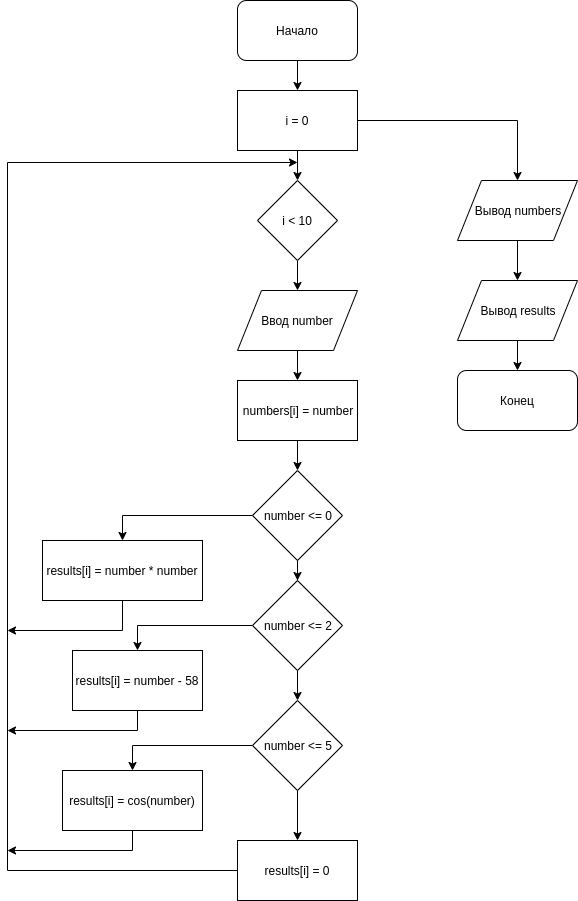
Above: lab_4/2/flowchart.png in Sonny812/cpp_labs (draw.io), before the change. Source tidied: cells renumbered, new cells last; positions are measured from the earlier drawing's top-left corner, leaving out a move shared by most shapes. Its diagram source:
```xml
<mxGraphModel>
  <root>
    <mxCell id="0" />
    <mxCell id="1" parent="0" />
    <mxCell id="2" style="edgeStyle=orthogonalEdgeStyle;rounded=0;jettySize=auto;html=1;" parent="1" edge="1" source="3">
      <mxGeometry relative="1" as="geometry">
        <mxPoint x="290" y="90" as="targetPoint" />
      </mxGeometry>
    </mxCell>
    <mxCell id="3" value="Начало" style="rounded=1;whiteSpace=wrap;html=1;" parent="1" vertex="1">
      <mxGeometry x="230" width="120" height="60" as="geometry" />
    </mxCell>
    <mxCell id="4" style="edgeStyle=orthogonalEdgeStyle;rounded=0;jettySize=auto;html=1;entryX=0.5;entryY=0;entryDx=0;entryDy=0;" parent="1" edge="1" source="5" target="10">
      <mxGeometry relative="1" as="geometry" />
    </mxCell>
    <mxCell id="5" value="i &amp;lt; 10" style="rhombus;whiteSpace=wrap;html=1;" parent="1" vertex="1">
      <mxGeometry x="250" y="180" width="80" height="80" as="geometry" />
    </mxCell>
    <mxCell id="6" style="edgeStyle=orthogonalEdgeStyle;rounded=0;jettySize=auto;html=1;" parent="1" edge="1" source="8" target="5">
      <mxGeometry relative="1" as="geometry" />
    </mxCell>
    <mxCell id="7" style="edgeStyle=orthogonalEdgeStyle;rounded=0;jettySize=auto;html=1;entryX=0.5;entryY=0;entryDx=0;entryDy=0;" parent="1" edge="1" source="8">
      <mxGeometry relative="1" as="geometry">
        <mxPoint x="510" y="180" as="targetPoint" />
      </mxGeometry>
    </mxCell>
    <mxCell id="8" value="i = 0" style="rounded=0;whiteSpace=wrap;html=1;" parent="1" vertex="1">
      <mxGeometry x="230" y="90" width="120" height="60" as="geometry" />
    </mxCell>
    <mxCell id="9" style="edgeStyle=orthogonalEdgeStyle;rounded=0;jettySize=auto;html=1;" parent="1" edge="1" source="10" target="12">
      <mxGeometry relative="1" as="geometry" />
    </mxCell>
    <mxCell id="10" value="Ввод number" style="shape=parallelogram;perimeter=parallelogramPerimeter;whiteSpace=wrap;html=1;" parent="1" vertex="1">
      <mxGeometry x="230" y="290" width="120" height="60" as="geometry" />
    </mxCell>
    <mxCell id="11" style="edgeStyle=orthogonalEdgeStyle;rounded=0;jettySize=auto;html=1;" parent="1" edge="1" source="12" target="15">
      <mxGeometry relative="1" as="geometry" />
    </mxCell>
    <mxCell id="12" value="numbers[i] = number" style="rounded=0;whiteSpace=wrap;html=1;" parent="1" vertex="1">
      <mxGeometry x="230" y="380" width="120" height="60" as="geometry" />
    </mxCell>
    <mxCell id="13" style="edgeStyle=orthogonalEdgeStyle;rounded=0;jettySize=auto;html=1;entryX=0.5;entryY=0;entryDx=0;entryDy=0;" parent="1" edge="1" source="15" target="23">
      <mxGeometry relative="1" as="geometry" />
    </mxCell>
    <mxCell id="14" style="edgeStyle=orthogonalEdgeStyle;rounded=0;jettySize=auto;html=1;" parent="1" edge="1" source="15" target="18">
      <mxGeometry relative="1" as="geometry" />
    </mxCell>
    <mxCell id="15" value="number &amp;lt;= 0" style="rhombus;whiteSpace=wrap;html=1;" parent="1" vertex="1">
      <mxGeometry x="245" y="470" width="90" height="90" as="geometry" />
    </mxCell>
    <mxCell id="16" style="edgeStyle=orthogonalEdgeStyle;rounded=0;jettySize=auto;html=1;entryX=0.5;entryY=0;entryDx=0;entryDy=0;" parent="1" edge="1" source="18" target="25">
      <mxGeometry relative="1" as="geometry" />
    </mxCell>
    <mxCell id="17" style="edgeStyle=orthogonalEdgeStyle;rounded=0;jettySize=auto;html=1;" parent="1" edge="1" source="18" target="21">
      <mxGeometry relative="1" as="geometry" />
    </mxCell>
    <mxCell id="18" value="number &amp;lt;= 2" style="rhombus;whiteSpace=wrap;html=1;" parent="1" vertex="1">
      <mxGeometry x="245" y="580" width="90" height="90" as="geometry" />
    </mxCell>
    <mxCell id="19" style="edgeStyle=orthogonalEdgeStyle;rounded=0;jettySize=auto;html=1;entryX=0.5;entryY=0;entryDx=0;entryDy=0;" parent="1" edge="1" source="21" target="27">
      <mxGeometry relative="1" as="geometry" />
    </mxCell>
    <mxCell id="20" style="edgeStyle=orthogonalEdgeStyle;rounded=0;jettySize=auto;html=1;entryX=0.5;entryY=0;entryDx=0;entryDy=0;" parent="1" edge="1" source="21" target="29">
      <mxGeometry relative="1" as="geometry" />
    </mxCell>
    <mxCell id="21" value="number &amp;lt;= 5" style="rhombus;whiteSpace=wrap;html=1;" parent="1" vertex="1">
      <mxGeometry x="245" y="700" width="90" height="90" as="geometry" />
    </mxCell>
    <mxCell id="22" style="edgeStyle=orthogonalEdgeStyle;rounded=0;jettySize=auto;html=1;" parent="1" edge="1" source="23">
      <mxGeometry relative="1" as="geometry">
        <mxPoint y="630" as="targetPoint" />
        <Array as="points">
          <mxPoint x="115" y="630" />
          <mxPoint y="630" />
        </Array>
      </mxGeometry>
    </mxCell>
    <mxCell id="23" value="results[i] = number * number" style="rounded=0;whiteSpace=wrap;html=1;" parent="1" vertex="1">
      <mxGeometry x="35" y="540" width="160" height="60" as="geometry" />
    </mxCell>
    <mxCell id="24" style="edgeStyle=orthogonalEdgeStyle;rounded=0;jettySize=auto;html=1;" parent="1" edge="1" source="25">
      <mxGeometry relative="1" as="geometry">
        <mxPoint y="730" as="targetPoint" />
        <Array as="points">
          <mxPoint x="130" y="730" />
          <mxPoint y="730" />
        </Array>
      </mxGeometry>
    </mxCell>
    <mxCell id="25" value="results[i] = number - 58" style="rounded=0;whiteSpace=wrap;html=1;" parent="1" vertex="1">
      <mxGeometry x="65" y="650" width="130" height="60" as="geometry" />
    </mxCell>
    <mxCell id="26" style="edgeStyle=orthogonalEdgeStyle;rounded=0;jettySize=auto;html=1;" parent="1" edge="1" source="27">
      <mxGeometry relative="1" as="geometry">
        <mxPoint y="850" as="targetPoint" />
        <Array as="points">
          <mxPoint x="125" y="850" />
        </Array>
      </mxGeometry>
    </mxCell>
    <mxCell id="27" value="results[i] = cos(number)" style="rounded=0;whiteSpace=wrap;html=1;" parent="1" vertex="1">
      <mxGeometry x="55" y="770" width="140" height="60" as="geometry" />
    </mxCell>
    <mxCell id="28" style="edgeStyle=orthogonalEdgeStyle;rounded=0;jettySize=auto;html=1;" parent="1" edge="1" source="29">
      <mxGeometry relative="1" as="geometry">
        <mxPoint x="290" y="162" as="targetPoint" />
        <Array as="points">
          <mxPoint y="870" />
          <mxPoint y="162" />
        </Array>
      </mxGeometry>
    </mxCell>
    <mxCell id="29" value="results[i] = 0" style="rounded=0;whiteSpace=wrap;html=1;" parent="1" vertex="1">
      <mxGeometry x="230" y="840" width="120" height="60" as="geometry" />
    </mxCell>
    <mxCell id="30" style="edgeStyle=orthogonalEdgeStyle;rounded=0;jettySize=auto;html=1;" parent="1" edge="1" source="31" target="33">
      <mxGeometry relative="1" as="geometry" />
    </mxCell>
    <mxCell id="31" value="Вывод numbers" style="shape=parallelogram;perimeter=parallelogramPerimeter;whiteSpace=wrap;html=1;" parent="1" vertex="1">
      <mxGeometry x="450" y="180" width="120" height="60" as="geometry" />
    </mxCell>
    <mxCell id="32" style="edgeStyle=orthogonalEdgeStyle;rounded=0;jettySize=auto;html=1;" parent="1" edge="1" source="33" target="34">
      <mxGeometry relative="1" as="geometry" />
    </mxCell>
    <mxCell id="33" value="Вывод results" style="shape=parallelogram;perimeter=parallelogramPerimeter;whiteSpace=wrap;html=1;" parent="1" vertex="1">
      <mxGeometry x="450" y="280" width="120" height="60" as="geometry" />
    </mxCell>
    <mxCell id="34" value="Конец" style="rounded=1;whiteSpace=wrap;html=1;" parent="1" vertex="1">
      <mxGeometry x="450" y="370" width="120" height="60" as="geometry" />
    </mxCell>
  </root>
</mxGraphModel>
```
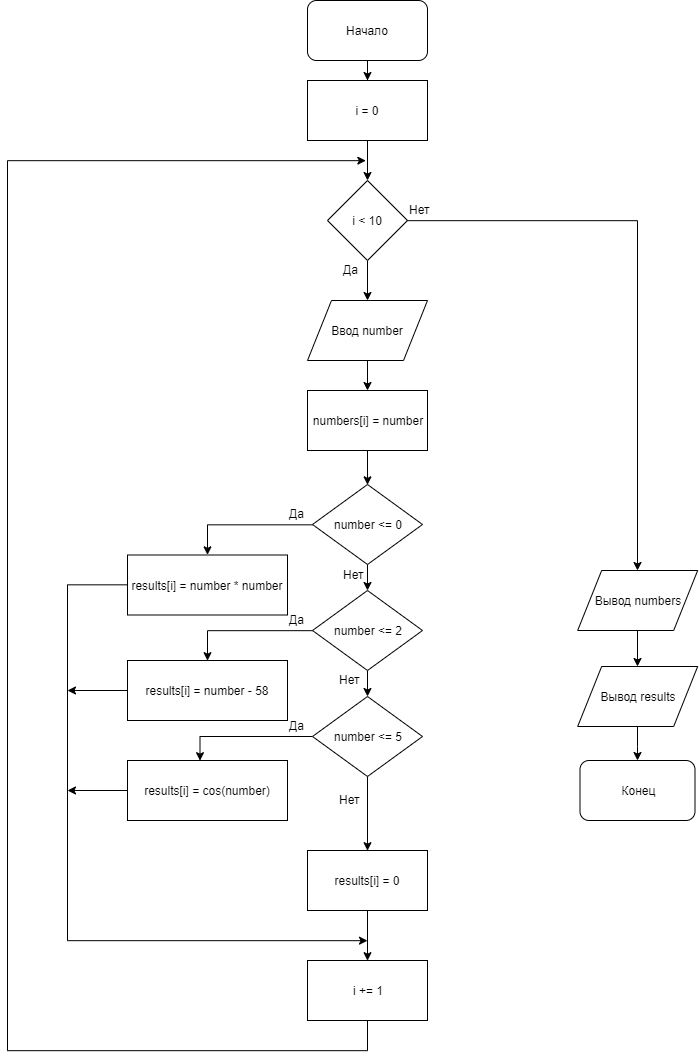
The same diagram one commit later.

Commit message:
Fix flowchart for lab 4.2

The edit, as a diff of the source:
```diff
@@ -2,131 +2,151 @@
   <root>
     <mxCell id="0" />
     <mxCell id="1" parent="0" />
-    <mxCell id="2" style="edgeStyle=orthogonalEdgeStyle;rounded=0;jettySize=auto;html=1;" parent="1" edge="1" source="3">
-      <mxGeometry relative="1" as="geometry">
-        <mxPoint x="290" y="90" as="targetPoint" />
-      </mxGeometry>
-    </mxCell>
+    <mxCell id="35" style="edgeStyle=orthogonalEdgeStyle;rounded=0;jettySize=auto;html=1;" parent="1" edge="1" source="3" target="8">
+      <mxGeometry relative="1" as="geometry" />
+    </mxCell>
     <mxCell id="3" value="Начало" style="rounded=1;whiteSpace=wrap;html=1;" parent="1" vertex="1">
-      <mxGeometry x="230" width="120" height="60" as="geometry" />
+      <mxGeometry x="270" y="10" width="120" height="60" as="geometry" />
     </mxCell>
+    <mxCell id="6" style="edgeStyle=orthogonalEdgeStyle;rounded=0;jettySize=auto;html=1;" parent="1" edge="1" source="8" target="5">
+      <mxGeometry relative="1" as="geometry" />
+    </mxCell>
+    <mxCell id="8" value="i = 0" style="rounded=0;whiteSpace=wrap;html=1;" parent="1" vertex="1">
+      <mxGeometry x="270" y="90" width="120" height="60" as="geometry" />
+    </mxCell>
-    <mxCell id="4" style="edgeStyle=orthogonalEdgeStyle;rounded=0;jettySize=auto;html=1;entryX=0.5;entryY=0;entryDx=0;entryDy=0;" parent="1" edge="1" source="5" target="10">
+    <mxCell id="4" style="edgeStyle=orthogonalEdgeStyle;rounded=0;jettySize=auto;html=1;" parent="1" edge="1" source="5" target="10">
       <mxGeometry relative="1" as="geometry" />
     </mxCell>
     <mxCell id="5" value="i &amp;lt; 10" style="rhombus;whiteSpace=wrap;html=1;" parent="1" vertex="1">
-      <mxGeometry x="250" y="180" width="80" height="80" as="geometry" />
+      <mxGeometry x="290" y="190" width="80" height="80" as="geometry" />
     </mxCell>
-    <mxCell id="6" style="edgeStyle=orthogonalEdgeStyle;rounded=0;jettySize=auto;html=1;" parent="1" edge="1" source="8" target="5">
-      <mxGeometry relative="1" as="geometry" />
-    </mxCell>
-    <mxCell id="7" style="edgeStyle=orthogonalEdgeStyle;rounded=0;jettySize=auto;html=1;entryX=0.5;entryY=0;entryDx=0;entryDy=0;" parent="1" edge="1" source="8">
-      <mxGeometry relative="1" as="geometry">
-        <mxPoint x="510" y="180" as="targetPoint" />
-      </mxGeometry>
-    </mxCell>
-    <mxCell id="8" value="i = 0" style="rounded=0;whiteSpace=wrap;html=1;" parent="1" vertex="1">
-      <mxGeometry x="230" y="90" width="120" height="60" as="geometry" />
-    </mxCell>
     <mxCell id="9" style="edgeStyle=orthogonalEdgeStyle;rounded=0;jettySize=auto;html=1;" parent="1" edge="1" source="10" target="12">
       <mxGeometry relative="1" as="geometry" />
     </mxCell>
     <mxCell id="10" value="Ввод number" style="shape=parallelogram;perimeter=parallelogramPerimeter;whiteSpace=wrap;html=1;" parent="1" vertex="1">
-      <mxGeometry x="230" y="290" width="120" height="60" as="geometry" />
+      <mxGeometry x="270" y="310" width="120" height="60" as="geometry" />
     </mxCell>
-    <mxCell id="11" style="edgeStyle=orthogonalEdgeStyle;rounded=0;jettySize=auto;html=1;" parent="1" edge="1" source="12" target="15">
+    <mxCell id="11" style="edgeStyle=orthogonalEdgeStyle;rounded=0;jettySize=auto;html=1;entryX=0.5;entryY=0;entryDx=0;entryDy=0;" parent="1" edge="1" source="12" target="15">
       <mxGeometry relative="1" as="geometry" />
     </mxCell>
     <mxCell id="12" value="numbers[i] = number" style="rounded=0;whiteSpace=wrap;html=1;" parent="1" vertex="1">
-      <mxGeometry x="230" y="380" width="120" height="60" as="geometry" />
+      <mxGeometry x="270" y="400" width="120" height="60" as="geometry" />
     </mxCell>
+    <mxCell id="14" style="edgeStyle=orthogonalEdgeStyle;rounded=0;jettySize=auto;html=1;" parent="1" edge="1" source="15" target="18">
+      <mxGeometry relative="1" as="geometry" />
+    </mxCell>
     <mxCell id="13" style="edgeStyle=orthogonalEdgeStyle;rounded=0;jettySize=auto;html=1;entryX=0.5;entryY=0;entryDx=0;entryDy=0;" parent="1" edge="1" source="15" target="23">
       <mxGeometry relative="1" as="geometry" />
     </mxCell>
-    <mxCell id="14" style="edgeStyle=orthogonalEdgeStyle;rounded=0;jettySize=auto;html=1;" parent="1" edge="1" source="15" target="18">
-      <mxGeometry relative="1" as="geometry" />
-    </mxCell>
+    <mxCell id="36" style="edgeStyle=orthogonalEdgeStyle;rounded=0;jettySize=auto;html=1;exitX=1;exitY=0.5;exitDx=0;exitDy=0;" parent="1" edge="1" source="5" target="31">
+      <mxGeometry relative="1" as="geometry" />
+    </mxCell>
     <mxCell id="15" value="number &amp;lt;= 0" style="rhombus;whiteSpace=wrap;html=1;" parent="1" vertex="1">
-      <mxGeometry x="245" y="470" width="90" height="90" as="geometry" />
+      <mxGeometry x="275" y="494" width="110" height="80" as="geometry" />
     </mxCell>
+    <mxCell id="17" style="edgeStyle=orthogonalEdgeStyle;rounded=0;jettySize=auto;html=1;" parent="1" edge="1" source="18" target="21">
+      <mxGeometry relative="1" as="geometry" />
+    </mxCell>
     <mxCell id="16" style="edgeStyle=orthogonalEdgeStyle;rounded=0;jettySize=auto;html=1;entryX=0.5;entryY=0;entryDx=0;entryDy=0;" parent="1" edge="1" source="18" target="25">
       <mxGeometry relative="1" as="geometry" />
     </mxCell>
-    <mxCell id="17" style="edgeStyle=orthogonalEdgeStyle;rounded=0;jettySize=auto;html=1;" parent="1" edge="1" source="18" target="21">
-      <mxGeometry relative="1" as="geometry" />
-    </mxCell>
     <mxCell id="18" value="number &amp;lt;= 2" style="rhombus;whiteSpace=wrap;html=1;" parent="1" vertex="1">
-      <mxGeometry x="245" y="580" width="90" height="90" as="geometry" />
+      <mxGeometry x="275" y="600" width="110" height="80" as="geometry" />
     </mxCell>
-    <mxCell id="19" style="edgeStyle=orthogonalEdgeStyle;rounded=0;jettySize=auto;html=1;entryX=0.5;entryY=0;entryDx=0;entryDy=0;" parent="1" edge="1" source="21" target="27">
+    <mxCell id="19" style="edgeStyle=orthogonalEdgeStyle;rounded=0;jettySize=auto;html=1;entryX=0.454;entryY=-0.002;entryDx=0;entryDy=0;entryPerimeter=0;" parent="1" edge="1" source="21" target="27">
       <mxGeometry relative="1" as="geometry" />
     </mxCell>
     <mxCell id="20" style="edgeStyle=orthogonalEdgeStyle;rounded=0;jettySize=auto;html=1;entryX=0.5;entryY=0;entryDx=0;entryDy=0;" parent="1" edge="1" source="21" target="29">
       <mxGeometry relative="1" as="geometry" />
     </mxCell>
     <mxCell id="21" value="number &amp;lt;= 5" style="rhombus;whiteSpace=wrap;html=1;" parent="1" vertex="1">
-      <mxGeometry x="245" y="700" width="90" height="90" as="geometry" />
+      <mxGeometry x="275" y="706" width="110" height="80" as="geometry" />
     </mxCell>
-    <mxCell id="22" style="edgeStyle=orthogonalEdgeStyle;rounded=0;jettySize=auto;html=1;" parent="1" edge="1" source="23">
-      <mxGeometry relative="1" as="geometry">
-        <mxPoint y="630" as="targetPoint" />
-        <Array as="points">
-          <mxPoint x="115" y="630" />
-          <mxPoint y="630" />
-        </Array>
-      </mxGeometry>
-    </mxCell>
+    <mxCell id="37" style="edgeStyle=orthogonalEdgeStyle;rounded=0;jettySize=auto;html=1;" parent="1" edge="1" source="23">
+      <mxGeometry relative="1" as="geometry">
+        <mxPoint x="330" y="950" as="targetPoint" />
+        <Array as="points">
+          <mxPoint x="30" y="595" />
+          <mxPoint x="30" y="950" />
+        </Array>
+      </mxGeometry>
+    </mxCell>
     <mxCell id="23" value="results[i] = number * number" style="rounded=0;whiteSpace=wrap;html=1;" parent="1" vertex="1">
-      <mxGeometry x="35" y="540" width="160" height="60" as="geometry" />
+      <mxGeometry x="90" y="564.5" width="160" height="60" as="geometry" />
     </mxCell>
-    <mxCell id="24" style="edgeStyle=orthogonalEdgeStyle;rounded=0;jettySize=auto;html=1;" parent="1" edge="1" source="25">
-      <mxGeometry relative="1" as="geometry">
-        <mxPoint y="730" as="targetPoint" />
-        <Array as="points">
-          <mxPoint x="130" y="730" />
-          <mxPoint y="730" />
-        </Array>
-      </mxGeometry>
-    </mxCell>
+    <mxCell id="38" style="edgeStyle=orthogonalEdgeStyle;rounded=0;jettySize=auto;html=1;" parent="1" edge="1" source="25">
+      <mxGeometry relative="1" as="geometry">
+        <mxPoint x="30" y="700" as="targetPoint" />
+      </mxGeometry>
+    </mxCell>
     <mxCell id="25" value="results[i] = number - 58" style="rounded=0;whiteSpace=wrap;html=1;" parent="1" vertex="1">
-      <mxGeometry x="65" y="650" width="130" height="60" as="geometry" />
+      <mxGeometry x="90" y="670" width="160" height="60" as="geometry" />
     </mxCell>
-    <mxCell id="26" style="edgeStyle=orthogonalEdgeStyle;rounded=0;jettySize=auto;html=1;" parent="1" edge="1" source="27">
-      <mxGeometry relative="1" as="geometry">
-        <mxPoint y="850" as="targetPoint" />
-        <Array as="points">
-          <mxPoint x="125" y="850" />
-        </Array>
-      </mxGeometry>
-    </mxCell>
+    <mxCell id="39" style="edgeStyle=orthogonalEdgeStyle;rounded=0;jettySize=auto;html=1;" parent="1" edge="1" source="27">
+      <mxGeometry relative="1" as="geometry">
+        <mxPoint x="30" y="800" as="targetPoint" />
+      </mxGeometry>
+    </mxCell>
     <mxCell id="27" value="results[i] = cos(number)" style="rounded=0;whiteSpace=wrap;html=1;" parent="1" vertex="1">
-      <mxGeometry x="55" y="770" width="140" height="60" as="geometry" />
+      <mxGeometry x="90" y="770" width="160" height="60" as="geometry" />
     </mxCell>
-    <mxCell id="28" style="edgeStyle=orthogonalEdgeStyle;rounded=0;jettySize=auto;html=1;" parent="1" edge="1" source="29">
-      <mxGeometry relative="1" as="geometry">
-        <mxPoint x="290" y="162" as="targetPoint" />
-        <Array as="points">
-          <mxPoint y="870" />
-          <mxPoint y="162" />
-        </Array>
-      </mxGeometry>
-    </mxCell>
+    <mxCell id="40" style="edgeStyle=orthogonalEdgeStyle;rounded=0;jettySize=auto;html=1;entryX=0.5;entryY=0;entryDx=0;entryDy=0;" parent="1" edge="1" source="29" target="42">
+      <mxGeometry relative="1" as="geometry" />
+    </mxCell>
     <mxCell id="29" value="results[i] = 0" style="rounded=0;whiteSpace=wrap;html=1;" parent="1" vertex="1">
-      <mxGeometry x="230" y="840" width="120" height="60" as="geometry" />
+      <mxGeometry x="270" y="860" width="120" height="60" as="geometry" />
     </mxCell>
+    <mxCell id="41" style="edgeStyle=orthogonalEdgeStyle;rounded=0;jettySize=auto;html=1;" parent="1" edge="1" source="42">
+      <mxGeometry relative="1" as="geometry">
+        <mxPoint x="328" y="170" as="targetPoint" />
+        <Array as="points">
+          <mxPoint x="330" y="1060" />
+          <mxPoint x="-30" y="1060" />
+          <mxPoint x="-30" y="170" />
+        </Array>
+      </mxGeometry>
+    </mxCell>
+    <mxCell id="42" value="i += 1" style="rounded=0;whiteSpace=wrap;html=1;" parent="1" vertex="1">
+      <mxGeometry x="270" y="970" width="120" height="60" as="geometry" />
+    </mxCell>
     <mxCell id="30" style="edgeStyle=orthogonalEdgeStyle;rounded=0;jettySize=auto;html=1;" parent="1" edge="1" source="31" target="33">
       <mxGeometry relative="1" as="geometry" />
     </mxCell>
     <mxCell id="31" value="Вывод numbers" style="shape=parallelogram;perimeter=parallelogramPerimeter;whiteSpace=wrap;html=1;" parent="1" vertex="1">
-      <mxGeometry x="450" y="180" width="120" height="60" as="geometry" />
+      <mxGeometry x="540.2" y="580" width="120" height="60" as="geometry" />
     </mxCell>
     <mxCell id="32" style="edgeStyle=orthogonalEdgeStyle;rounded=0;jettySize=auto;html=1;" parent="1" edge="1" source="33" target="34">
       <mxGeometry relative="1" as="geometry" />
     </mxCell>
     <mxCell id="33" value="Вывод results" style="shape=parallelogram;perimeter=parallelogramPerimeter;whiteSpace=wrap;html=1;" parent="1" vertex="1">
-      <mxGeometry x="450" y="280" width="120" height="60" as="geometry" />
+      <mxGeometry x="540.2" y="676" width="120" height="60" as="geometry" />
     </mxCell>
     <mxCell id="34" value="Конец" style="rounded=1;whiteSpace=wrap;html=1;" parent="1" vertex="1">
-      <mxGeometry x="450" y="370" width="120" height="60" as="geometry" />
+      <mxGeometry x="542.5" y="770" width="115" height="60" as="geometry" />
     </mxCell>
+    <mxCell id="43" value="Нет" style="text;html=1;align=left;verticalAlign=top;spacingTop=-4;" parent="1" vertex="1">
+      <mxGeometry x="303.5" y="574.5" width="40" height="20" as="geometry" />
+    </mxCell>
+    <mxCell id="44" value="Нет" style="text;html=1;align=left;verticalAlign=top;spacingTop=-4;" parent="1" vertex="1">
+      <mxGeometry x="300" y="680" width="40" height="20" as="geometry" />
+    </mxCell>
+    <mxCell id="45" value="Нет" style="text;html=1;align=left;verticalAlign=top;spacingTop=-4;" parent="1" vertex="1">
+      <mxGeometry x="300" y="800" width="40" height="20" as="geometry" />
+    </mxCell>
+    <mxCell id="46" value="Да" style="text;html=1;align=left;verticalAlign=top;spacingTop=-4;" parent="1" vertex="1">
+      <mxGeometry x="250" y="514" width="30" height="20" as="geometry" />
+    </mxCell>
+    <mxCell id="47" value="Да" style="text;html=1;align=left;verticalAlign=top;spacingTop=-4;" parent="1" vertex="1">
+      <mxGeometry x="250" y="620" width="30" height="20" as="geometry" />
+    </mxCell>
+    <mxCell id="48" value="Да" style="text;html=1;align=left;verticalAlign=top;spacingTop=-4;" parent="1" vertex="1">
+      <mxGeometry x="250" y="726" width="30" height="20" as="geometry" />
+    </mxCell>
+    <mxCell id="49" value="Да" style="text;html=1;align=left;verticalAlign=top;spacingTop=-4;" parent="1" vertex="1">
+      <mxGeometry x="303.5" y="270" width="30" height="20" as="geometry" />
+    </mxCell>
+    <mxCell id="50" value="Нет" style="text;html=1;align=left;verticalAlign=top;spacingTop=-4;" parent="1" vertex="1">
+      <mxGeometry x="370" y="210" width="40" height="20" as="geometry" />
+    </mxCell>
   </root>
 </mxGraphModel>
```
